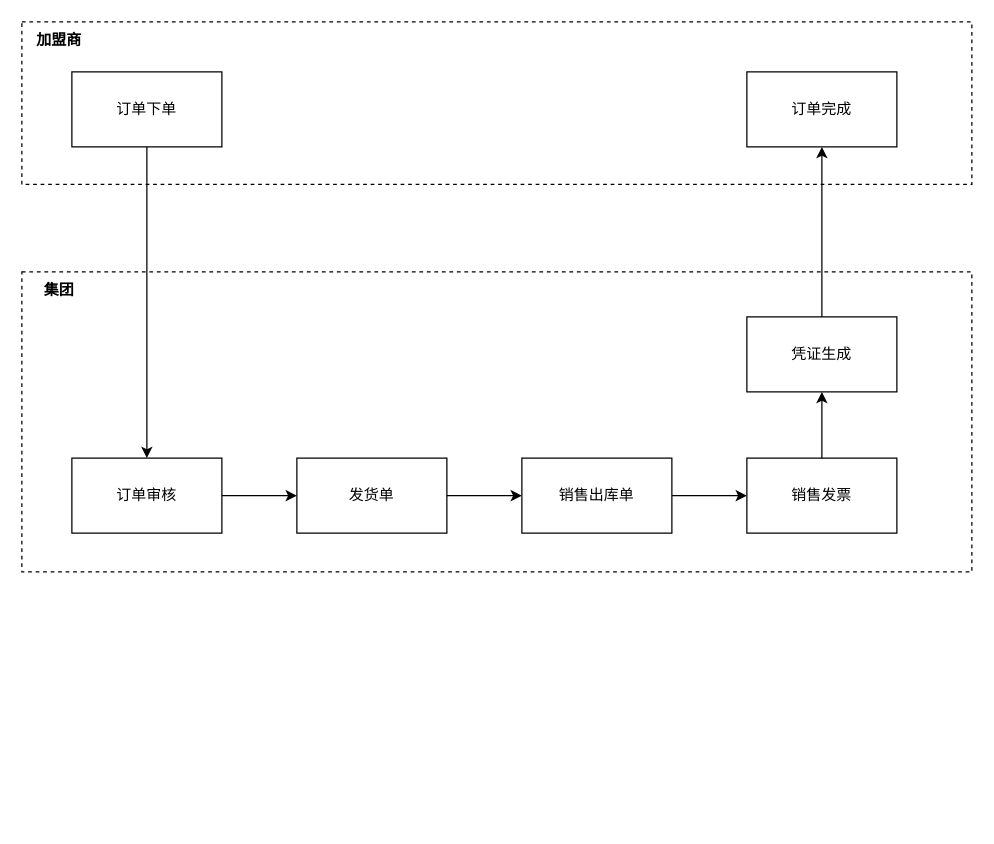
The draw.io diagram order.drawio in gaoyong06/saas, before the edit. Source tidied: cells renumbered, new cells numbered last; positions are measured from the earlier drawing's top-left corner, leaving out a move shared by most shapes. Both pictures are drawn from the tidied source at 125%, with x=0, y=0 at pixel (21, 21).
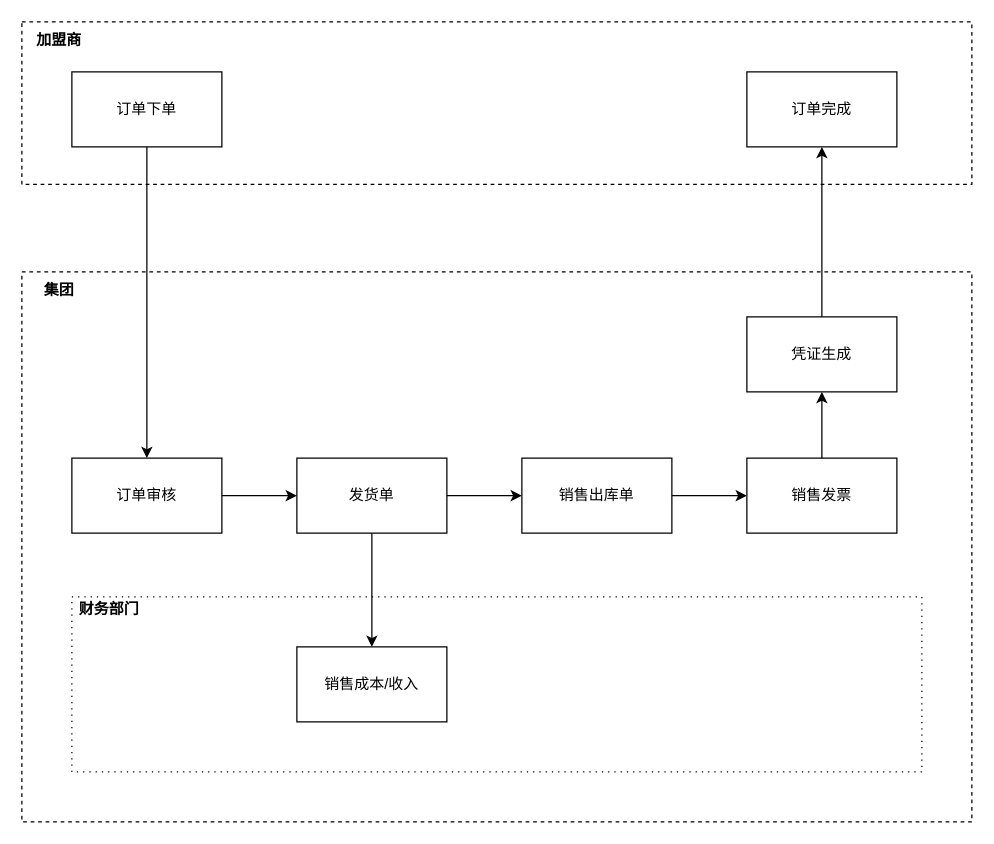
After the change.

Unchanged cells that the change refers to:
```xml
<mxCell id="6" value="发货单" style="rounded=0;whiteSpace=wrap;html=1;" parent="1" vertex="1">
  <mxGeometry x="220" y="349" width="120" height="60" as="geometry" />
</mxCell>
```

The edit, as a diff of the source:
```diff
@@
     <mxCell id="2" style="rounded=0;whiteSpace=wrap;html=1;dashed=1;" parent="1" vertex="1">
-      <mxGeometry y="200" width="760" height="240" as="geometry" />
+      <mxGeometry y="200" width="760" height="440" as="geometry" />
     </mxCell>
@@
+    <mxCell id="19" style="rounded=0;whiteSpace=wrap;html=1;dashed=1;dashPattern=1 4;" parent="1" vertex="1">
+      <mxGeometry x="40" y="460" width="680" height="140" as="geometry" />
+    </mxCell>
+    <mxCell id="20" value="销售成本/收入" style="rounded=0;whiteSpace=wrap;html=1;" parent="1" vertex="1">
+      <mxGeometry x="220" y="500" width="120" height="60" as="geometry" />
+    </mxCell>
+    <mxCell id="21" value="财务部门" style="text;html=1;strokeColor=none;fillColor=none;align=center;verticalAlign=middle;whiteSpace=wrap;rounded=0;dashed=1;fontStyle=1;" parent="1" vertex="1">
+      <mxGeometry x="40" y="455" width="60" height="30" as="geometry" />
+    </mxCell>
+    <mxCell id="22" style="endArrow=classic;html=1;rounded=0;exitX=0.5;exitY=1;exitDx=0;exitDy=0;entryX=0.5;entryY=0;entryDx=0;entryDy=0;" parent="1" edge="1" source="6" target="20">
+      <mxGeometry relative="1" as="geometry" />
+    </mxCell>
```
